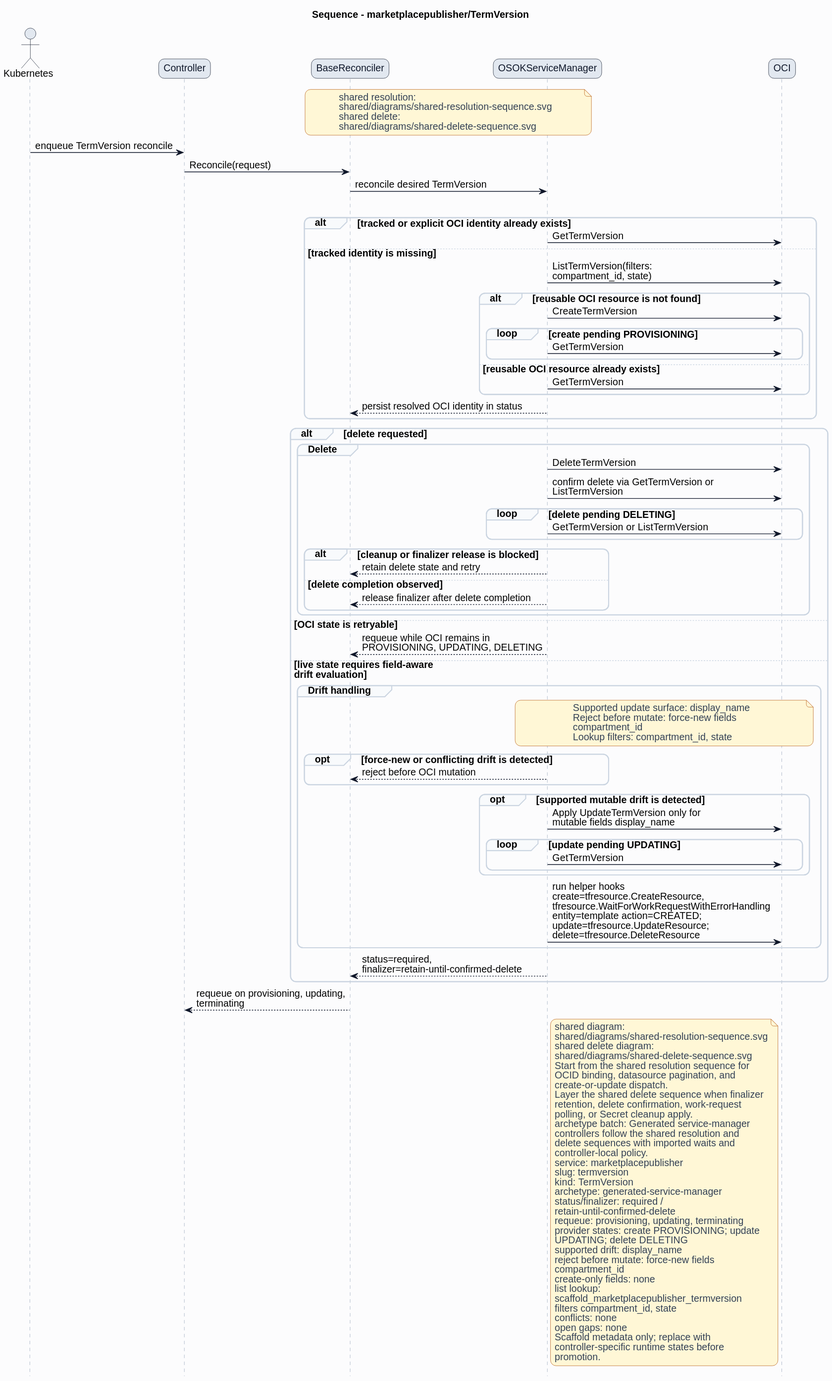
The PlantUML diagram formal/controllers/marketplacepublisher/termversion/diagrams/sequence.svg in HaoyL666/oci-service-operator, before a commit. The source it was exported from:
```plantuml
@startuml
skinparam shadowing false
skinparam backgroundColor #fcfcfd
skinparam defaultFontName Helvetica
skinparam defaultFontSize 14
skinparam arrowColor #0f172a
skinparam noteBackgroundColor #fff7d6
skinparam noteBorderColor #b45309
skinparam noteFontColor #334155
skinparam roundcorner 16
title Sequence - marketplacepublisher/TermVersion
hide footbox
skinparam sequence {
  actorBorderColor #0f172a
  actorBackgroundColor #e2e8f0
  participantBorderColor #0f172a
  participantBackgroundColor #e2e8f0
  participantFontColor #0f172a
  lifeLineBorderColor #94a3b8
  groupBorderColor #cbd5e1
  groupBackgroundColor #f8fafc
}
actor Kubernetes
participant Controller
participant BaseReconciler
participant "OSOKServiceManager" as ServiceManager
participant OCI
note over BaseReconciler,ServiceManager
shared resolution:
shared/diagrams/shared-resolution-sequence.svg
shared delete:
shared/diagrams/shared-delete-sequence.svg
end note
Kubernetes -> Controller: enqueue TermVersion reconcile
Controller -> BaseReconciler: Reconcile(request)
BaseReconciler -> ServiceManager: reconcile desired TermVersion
group Lookup and bind
alt tracked or explicit OCI identity already exists
ServiceManager -> OCI: GetTermVersion
else tracked identity is missing
ServiceManager -> OCI: ListTermVersion(filters:\ncompartment_id, state)
alt reusable OCI resource is not found
ServiceManager -> OCI: CreateTermVersion
loop create pending PROVISIONING
ServiceManager -> OCI: GetTermVersion
end
else reusable OCI resource already exists
ServiceManager -> OCI: GetTermVersion
end
ServiceManager --> BaseReconciler: persist resolved OCI identity in status
end
alt delete requested
group Delete
ServiceManager -> OCI: DeleteTermVersion
ServiceManager -> OCI: confirm delete via GetTermVersion or\nListTermVersion
loop delete pending DELETING
ServiceManager -> OCI: GetTermVersion or ListTermVersion
end
alt cleanup or finalizer release is blocked
ServiceManager --> BaseReconciler: retain delete state and retry
else delete completion observed
ServiceManager --> BaseReconciler: release finalizer after delete completion
end
end
else OCI state is retryable
ServiceManager --> BaseReconciler: requeue while OCI remains in\nPROVISIONING, UPDATING, DELETING
else live state requires field-aware\ndrift evaluation
group Drift handling
note over ServiceManager,OCI
Supported update surface: display_name
Reject before mutate: force-new fields
compartment_id
Lookup filters: compartment_id, state
end note
opt force-new or conflicting drift is detected
ServiceManager --> BaseReconciler: reject before OCI mutation
end
opt supported mutable drift is detected
ServiceManager -> OCI: Apply UpdateTermVersion only for\nmutable fields display_name
loop update pending UPDATING
ServiceManager -> OCI: GetTermVersion
end
end
ServiceManager -> OCI: run helper hooks\ncreate=tfresource.CreateResource,\ntfresource.WaitForWorkRequestWithErrorHandling\nentity=template action=CREATED;\nupdate=tfresource.UpdateResource;\ndelete=tfresource.DeleteResource
end
ServiceManager --> BaseReconciler: status=required,\nfinalizer=retain-until-confirmed-delete
end
BaseReconciler --> Controller: requeue on provisioning, updating,\nterminating
note right of ServiceManager
shared diagram:
shared/diagrams/shared-resolution-sequence.svg
shared delete diagram:
shared/diagrams/shared-delete-sequence.svg
Start from the shared resolution sequence for
OCID binding, datasource pagination, and
create-or-update dispatch.
Layer the shared delete sequence when finalizer
retention, delete confirmation, work-request
polling, or Secret cleanup apply.
archetype batch: Generated service-manager
controllers follow the shared resolution and
delete sequences with imported waits and
controller-local policy.
service: marketplacepublisher
slug: termversion
kind: TermVersion
archetype: generated-service-manager
status/finalizer: required /
retain-until-confirmed-delete
requeue: provisioning, updating, terminating
provider states: create PROVISIONING; update
UPDATING; delete DELETING
supported drift: display_name
reject before mutate: force-new fields
compartment_id
create-only fields: none
list lookup:
scaffold_marketplacepublisher_termversion
filters compartment_id, state
conflicts: none
open gaps: none
Scaffold metadata only; replace with
controller-specific runtime states before
promotion.
end note
@enduml
```
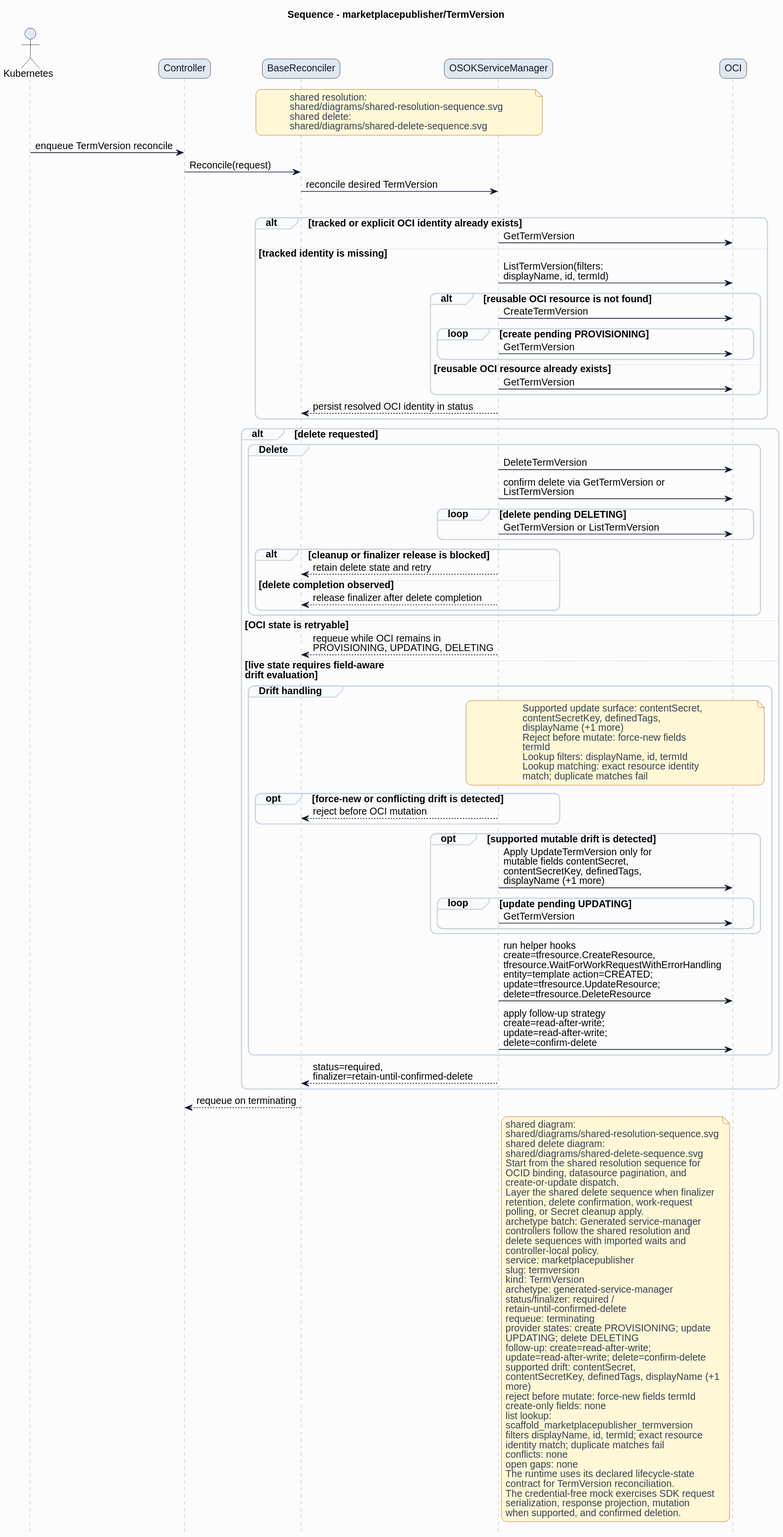
The same file after the commit.

Change to the diagram source:
```diff
@@ -38,7 +38,7 @@
 alt tracked or explicit OCI identity already exists
 ServiceManager -> OCI: GetTermVersion
 else tracked identity is missing
-ServiceManager -> OCI: ListTermVersion(filters:\ncompartment_id, state)
+ServiceManager -> OCI: ListTermVersion(filters:\ndisplayName, id, termId)
 alt reusable OCI resource is not found
 ServiceManager -> OCI: CreateTermVersion
 loop create pending PROVISIONING
@@ -67,25 +67,30 @@
 else live state requires field-aware\ndrift evaluation
 group Drift handling
 note over ServiceManager,OCI
-Supported update surface: display_name
+Supported update surface: contentSecret,
+contentSecretKey, definedTags,
+displayName (+1 more)
 Reject before mutate: force-new fields
-compartment_id
-Lookup filters: compartment_id, state
+termId
+Lookup filters: displayName, id, termId
+Lookup matching: exact resource identity
+match; duplicate matches fail
 end note
 opt force-new or conflicting drift is detected
 ServiceManager --> BaseReconciler: reject before OCI mutation
 end
 opt supported mutable drift is detected
-ServiceManager -> OCI: Apply UpdateTermVersion only for\nmutable fields display_name
+ServiceManager -> OCI: Apply UpdateTermVersion only for\nmutable fields contentSecret,\ncontentSecretKey, definedTags,\ndisplayName (+1 more)
 loop update pending UPDATING
 ServiceManager -> OCI: GetTermVersion
 end
 end
 ServiceManager -> OCI: run helper hooks\ncreate=tfresource.CreateResource,\ntfresource.WaitForWorkRequestWithErrorHandling\nentity=template action=CREATED;\nupdate=tfresource.UpdateResource;\ndelete=tfresource.DeleteResource
+ServiceManager -> OCI: apply follow-up strategy\ncreate=read-after-write;\nupdate=read-after-write;\ndelete=confirm-delete
 end
 ServiceManager --> BaseReconciler: status=required,\nfinalizer=retain-until-confirmed-delete
 end
-BaseReconciler --> Controller: requeue on provisioning, updating,\nterminating
+BaseReconciler --> Controller: requeue on terminating
 note right of ServiceManager
 shared diagram:
 shared/diagrams/shared-resolution-sequence.svg
@@ -107,20 +112,26 @@
 archetype: generated-service-manager
 status/finalizer: required /
 retain-until-confirmed-delete
-requeue: provisioning, updating, terminating
+requeue: terminating
 provider states: create PROVISIONING; update
 UPDATING; delete DELETING
-supported drift: display_name
-reject before mutate: force-new fields
-compartment_id
+follow-up: create=read-after-write;
+update=read-after-write; delete=confirm-delete
+supported drift: contentSecret,
+contentSecretKey, definedTags, displayName (+1
+more)
+reject before mutate: force-new fields termId
 create-only fields: none
 list lookup:
 scaffold_marketplacepublisher_termversion
-filters compartment_id, state
+filters displayName, id, termId; exact resource
+identity match; duplicate matches fail
 conflicts: none
 open gaps: none
-Scaffold metadata only; replace with
-controller-specific runtime states before
-promotion.
+The runtime uses its declared lifecycle-state
+contract for TermVersion reconciliation.
+The credential-free mock exercises SDK request
+serialization, response projection, mutation
+when supported, and confirmed deletion.
 end note
 @enduml
```
